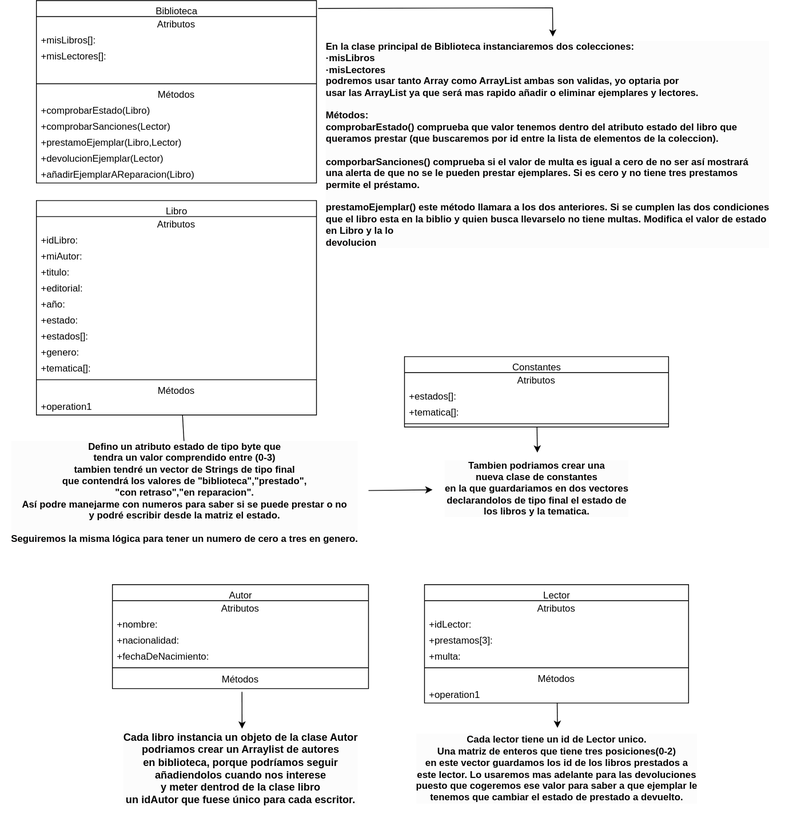
The draw.io diagram Ejercicio 2.drawio.svg in MateoCarballo/Ejercicios-Diagramas-AulaVirtual, before a commit. Source tidied: cells renumbered, new cells last; positions are measured from the earlier drawing's top-left corner, leaving out a move shared by most shapes.
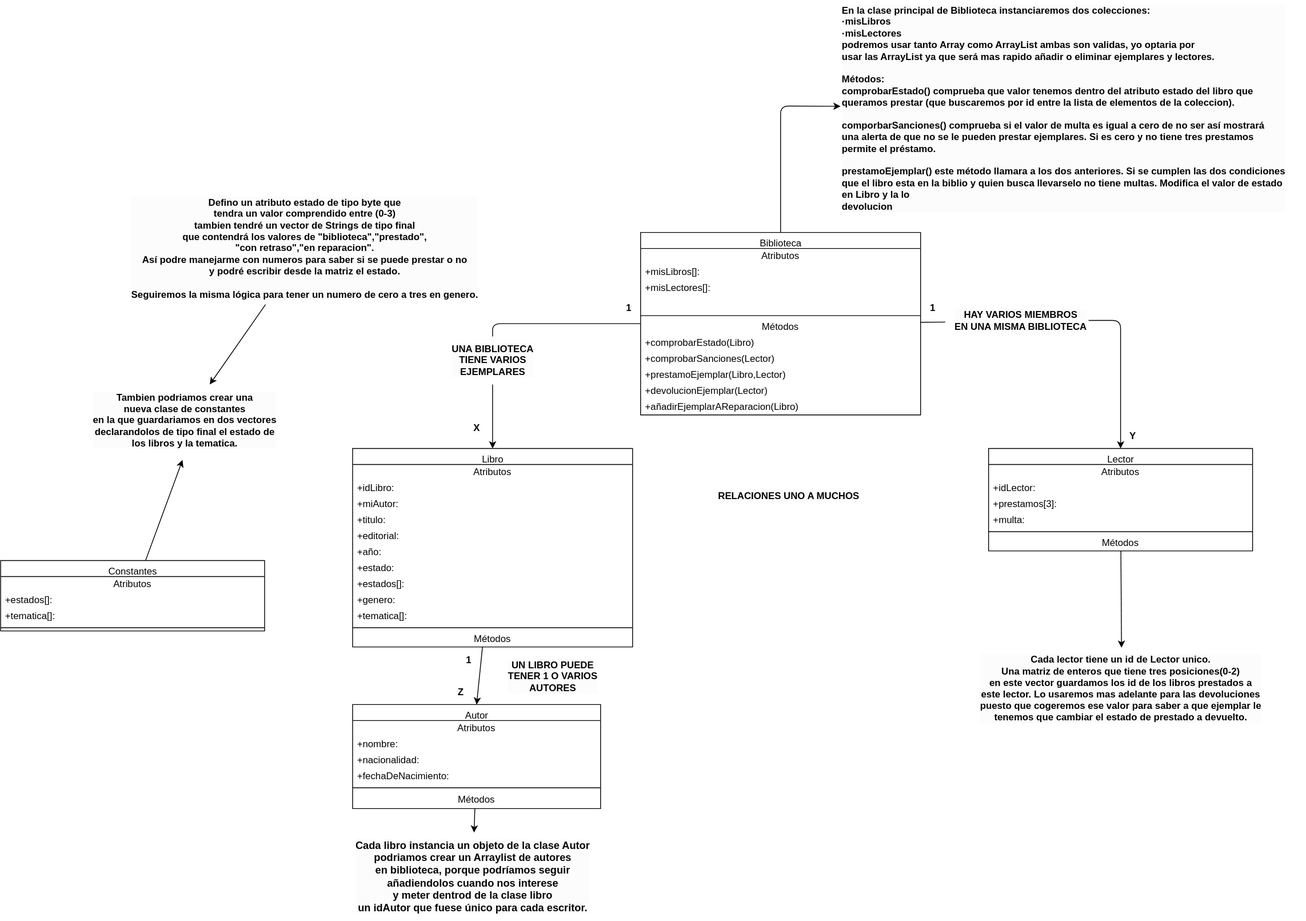
Later version of the same file.

The edit, as a diff of the source:
```diff
@@ -4,4 +4,23 @@
     <mxCell id="1" parent="0" />
+    <mxCell id="58" style="edgeStyle=none;html=1;entryX=0;entryY=0.49;entryDx=0;entryDy=0;entryPerimeter=0;exitX=0.5;exitY=0;exitDx=0;exitDy=0;" parent="1" edge="1" source="2" target="59">
+      <mxGeometry relative="1" as="geometry">
+        <Array as="points">
+          <mxPoint x="640" y="72" />
+        </Array>
+      </mxGeometry>
+    </mxCell>
+    <mxCell id="60" style="edgeStyle=none;html=1;entryX=0.5;entryY=0;entryDx=0;entryDy=0;startArrow=none;" parent="1" edge="1" source="73" target="15">
+      <mxGeometry relative="1" as="geometry" />
+    </mxCell>
+    <mxCell id="61" style="edgeStyle=none;html=1;entryX=0.5;entryY=0;entryDx=0;entryDy=0;startArrow=none;" parent="1" edge="1" target="40">
+      <mxGeometry relative="1" as="geometry">
+        <mxPoint x="1025" y="340" as="sourcePoint" />
+        <Array as="points">
+          <mxPoint x="1065" y="340" />
+          <mxPoint x="1065" y="420" />
+        </Array>
+      </mxGeometry>
+    </mxCell>
-    <mxCell id="2" value="Biblioteca" style="swimlane;fontStyle=0;align=center;verticalAlign=top;horizontal=1;startSize=20;html=1;rounded=0;" parent="1" vertex="1">
-      <mxGeometry x="45" width="350" height="228" as="geometry" />
+    <mxCell id="2" value="Biblioteca" style="swimlane;fontStyle=0;align=center;verticalAlign=top;horizontal=1;startSize=20;html=1;rounded=0;swimlaneFillColor=default;" parent="1" vertex="1">
+      <mxGeometry x="465" y="230" width="350" height="228" as="geometry" />
     </mxCell>
@@ -40,9 +59,7 @@
     </mxCell>
-    <mxCell id="14" style="edgeStyle=none;html=1;entryX=0.465;entryY=0;entryDx=0;entryDy=0;entryPerimeter=0;fontSize=13;fontColor=#050505;rounded=0;" parent="1" edge="1" source="15">
-      <mxGeometry relative="1" as="geometry">
-        <mxPoint x="230" y="560" as="targetPoint" />
-      </mxGeometry>
-    </mxCell>
+    <mxCell id="62" style="edgeStyle=none;html=1;entryX=0.5;entryY=0;entryDx=0;entryDy=0;" parent="1" edge="1" source="15" target="29">
+      <mxGeometry relative="1" as="geometry" />
+    </mxCell>
-    <mxCell id="15" value="Libro" style="swimlane;fontStyle=0;align=center;verticalAlign=top;horizontal=1;startSize=20;html=1;rounded=0;" parent="1" vertex="1">
-      <mxGeometry x="45" y="250" width="350" height="268" as="geometry" />
+    <mxCell id="15" value="Libro" style="swimlane;fontStyle=0;align=center;verticalAlign=top;horizontal=1;startSize=20;html=1;rounded=0;swimlaneFillColor=default;" parent="1" vertex="1">
+      <mxGeometry x="105" y="500" width="350" height="248" as="geometry" />
     </mxCell>
@@ -84,28 +101,28 @@
     </mxCell>
-    <mxCell id="28" value="+operation1" style="text;html=1;strokeColor=none;fillColor=none;align=left;verticalAlign=middle;spacingLeft=4;spacingRight=4;overflow=hidden;rounded=0;" parent="15" vertex="1">
-      <mxGeometry y="248" width="350" height="20" as="geometry" />
-    </mxCell>
+    <mxCell id="63" style="edgeStyle=none;html=1;" parent="1" edge="1" source="29" target="36">
+      <mxGeometry relative="1" as="geometry" />
+    </mxCell>
-    <mxCell id="29" value="Autor" style="swimlane;fontStyle=0;align=center;verticalAlign=top;horizontal=1;startSize=20;html=1;rounded=0;" parent="1" vertex="1">
-      <mxGeometry x="140" y="730" width="320" height="130" as="geometry" />
+    <mxCell id="29" value="Autor" style="swimlane;fontStyle=0;align=center;verticalAlign=top;horizontal=1;startSize=20;html=1;rounded=0;swimlaneFillColor=default;" parent="1" vertex="1">
+      <mxGeometry x="105" y="820" width="310" height="130" as="geometry" />
     </mxCell>
     <mxCell id="30" value="Atributos" style="text;html=1;strokeColor=none;fillColor=none;align=center;verticalAlign=middle;spacingLeft=4;spacingRight=4;overflow=hidden;rounded=0;" parent="29" vertex="1">
-      <mxGeometry y="20" width="320" height="20" as="geometry" />
+      <mxGeometry y="20" width="310" height="20" as="geometry" />
     </mxCell>
     <mxCell id="31" value="+nombre:&lt;span style=&quot;white-space: pre;&quot;&gt;&#9;&lt;/span&gt;&lt;span style=&quot;white-space: pre;&quot;&gt;&#9;&lt;/span&gt;&lt;span style=&quot;white-space: pre;&quot;&gt;&#9;&lt;/span&gt;&lt;span style=&quot;white-space: pre;&quot;&gt;&#9;&lt;/span&gt;&lt;span style=&quot;white-space: pre;&quot;&gt;&#9;&lt;/span&gt;&lt;span style=&quot;white-space: pre;&quot;&gt;&#9;&lt;/span&gt;&lt;span style=&quot;white-space: pre;&quot;&gt;&#9;&lt;/span&gt;&lt;span style=&quot;white-space: pre;&quot;&gt;&#9;&lt;/span&gt;&lt;span style=&quot;white-space: pre;&quot;&gt;&#9;&lt;/span&gt;String" style="text;html=1;strokeColor=none;fillColor=none;align=left;verticalAlign=middle;spacingLeft=4;spacingRight=4;overflow=hidden;rounded=0;" parent="29" vertex="1">
-      <mxGeometry y="40" width="320" height="20" as="geometry" />
+      <mxGeometry y="40" width="310" height="20" as="geometry" />
     </mxCell>
     <mxCell id="32" value="+nacionalidad:&lt;span style=&quot;white-space: pre;&quot;&gt;&#9;&lt;span style=&quot;white-space: pre;&quot;&gt;&#9;&lt;/span&gt;&lt;/span&gt;&lt;span style=&quot;white-space: pre;&quot;&gt;&#9;&lt;/span&gt;&lt;span style=&quot;white-space: pre;&quot;&gt;&#9;&lt;/span&gt;&lt;span style=&quot;white-space: pre;&quot;&gt;&#9;&lt;/span&gt;&lt;span style=&quot;white-space: pre;&quot;&gt;&#9;&lt;/span&gt;&lt;span style=&quot;white-space: pre;&quot;&gt;&#9;&lt;/span&gt;&lt;span style=&quot;white-space: pre;&quot;&gt;&#9;&lt;/span&gt;String" style="text;html=1;strokeColor=none;fillColor=none;align=left;verticalAlign=middle;spacingLeft=4;spacingRight=4;overflow=hidden;rounded=0;" parent="29" vertex="1">
-      <mxGeometry y="60" width="320" height="20" as="geometry" />
+      <mxGeometry y="60" width="310" height="20" as="geometry" />
     </mxCell>
     <mxCell id="33" value="+fechaDeNacimiento:&lt;span style=&quot;white-space: pre;&quot;&gt;&#9;&lt;/span&gt;&lt;span style=&quot;white-space: pre;&quot;&gt;&#9;&lt;/span&gt;&lt;span style=&quot;white-space: pre;&quot;&gt;&#9;&lt;/span&gt;&lt;span style=&quot;white-space: pre;&quot;&gt;&#9;&lt;/span&gt;&lt;span style=&quot;white-space: pre;&quot;&gt;&#9;&lt;/span&gt;&lt;span style=&quot;white-space: pre;&quot;&gt;&#9;&lt;/span&gt;String" style="text;html=1;strokeColor=none;fillColor=none;align=left;verticalAlign=middle;spacingLeft=4;spacingRight=4;overflow=hidden;rounded=0;" parent="29" vertex="1">
-      <mxGeometry y="80" width="320" height="20" as="geometry" />
+      <mxGeometry y="80" width="310" height="20" as="geometry" />
     </mxCell>
     <mxCell id="34" style="line;strokeWidth=1;fillColor=none;align=left;verticalAlign=middle;spacingTop=-1;spacingLeft=3;spacingRight=3;labelPosition=right;rounded=0;" parent="29" vertex="1">
-      <mxGeometry y="100" width="320" height="8" as="geometry" />
+      <mxGeometry y="100" width="310" height="8" as="geometry" />
     </mxCell>
     <mxCell id="35" value="Métodos" style="text;html=1;strokeColor=none;fillColor=none;align=center;verticalAlign=middle;spacingLeft=4;spacingRight=4;overflow=hidden;points=[[0,0.5],[1,0.5]];portConstraint=eastwest;rounded=0;" parent="29" vertex="1">
-      <mxGeometry y="108" width="320" height="22" as="geometry" />
+      <mxGeometry y="108" width="310" height="22" as="geometry" />
     </mxCell>
     <mxCell id="36" value="Cada libro instancia un objeto de la clase Autor&lt;br style=&quot;font-size: 13px;&quot;&gt;podriamos crear un Arraylist de autores&lt;br style=&quot;font-size: 13px;&quot;&gt;&amp;nbsp;en biblioteca, porque podríamos seguir&amp;nbsp;&lt;br style=&quot;font-size: 13px;&quot;&gt;añadiendolos cuando nos interese &lt;br style=&quot;font-size: 13px;&quot;&gt;y meter dentrod de la clase libro&lt;br style=&quot;font-size: 13px;&quot;&gt;un idAutor que fuese único para cada escritor." style="text;html=1;align=center;verticalAlign=middle;points=[];strokeColor=none;fillColor=none;fontColor=#050505;labelBackgroundColor=#fcfcfc;fontStyle=1;fontSize=13;rounded=0;" parent="1" vertex="1">
-      <mxGeometry x="140" y="905" width="320" height="110" as="geometry" />
+      <mxGeometry x="95" y="980" width="320" height="110" as="geometry" />
     </mxCell>
@@ -115,3 +132,3 @@
     <mxCell id="38" value="Defino un atributo estado de tipo byte que &lt;br style=&quot;font-size: 12px;&quot;&gt;tendra un valor comprendido entre (0-3)&lt;br style=&quot;font-size: 12px;&quot;&gt;tambien tendré un vector de Strings de tipo final&lt;br style=&quot;font-size: 12px;&quot;&gt;que contendrá los valores de &quot;biblioteca&quot;,&quot;prestado&quot;,&lt;br style=&quot;font-size: 12px;&quot;&gt;&quot;con retraso&quot;,&quot;en reparacion&quot;.&lt;br style=&quot;font-size: 12px;&quot;&gt;Así podre manejarme con numeros para saber si se puede prestar o no&lt;br style=&quot;font-size: 12px;&quot;&gt;y podré escribir desde la matriz el estado.&lt;br&gt;&lt;br&gt;Seguiremos la misma lógica para tener un numero de cero a tres en genero." style="text;html=1;align=center;verticalAlign=middle;points=[];strokeColor=none;fillColor=none;fontStyle=1;fontSize=12;labelPosition=center;verticalLabelPosition=middle;labelBackgroundColor=#fcfcfc;fontColor=#030202;rounded=0;" parent="1" vertex="1">
-      <mxGeometry y="545" width="460" height="140" as="geometry" />
+      <mxGeometry x="-185" y="180" width="460" height="140" as="geometry" />
     </mxCell>
@@ -120,4 +137,4 @@
     </mxCell>
-    <mxCell id="40" value="Lector" style="swimlane;fontStyle=0;align=center;verticalAlign=top;horizontal=1;startSize=20;html=1;rounded=0;" parent="1" vertex="1">
-      <mxGeometry x="530" y="730" width="330" height="148" as="geometry" />
+    <mxCell id="40" value="Lector" style="swimlane;fontStyle=0;align=center;verticalAlign=top;horizontal=1;startSize=20;html=1;rounded=0;swimlaneFillColor=default;" parent="1" vertex="1">
+      <mxGeometry x="900" y="500" width="330" height="128" as="geometry" />
     </mxCell>
@@ -141,5 +158,2 @@
     </mxCell>
-    <mxCell id="47" value="+operation1" style="text;html=1;strokeColor=none;fillColor=none;align=left;verticalAlign=middle;spacingLeft=4;spacingRight=4;overflow=hidden;rounded=0;" parent="40" vertex="1">
-      <mxGeometry y="128" width="330" height="20" as="geometry" />
-    </mxCell>
     <mxCell id="48" style="edgeStyle=none;html=1;rounded=0;" parent="1" edge="1">
@@ -149,15 +163,10 @@
     </mxCell>
-    <mxCell id="49" style="edgeStyle=none;html=1;exitX=0.506;exitY=1.182;exitDx=0;exitDy=0;exitPerimeter=0;rounded=0;" parent="1" edge="1" source="35">
-      <mxGeometry relative="1" as="geometry">
-        <mxPoint x="302" y="910" as="targetPoint" />
-      </mxGeometry>
-    </mxCell>
     <mxCell id="50" value="Cada lector tiene un id de Lector unico.&lt;br&gt;Una matriz de enteros que tiene tres posiciones(0-2)&amp;nbsp;&lt;br&gt;en este vector guardamos los id de los libros prestados a&amp;nbsp;&lt;br&gt;este lector. Lo usaremos mas adelante para las devoluciones&amp;nbsp;&lt;br&gt;puesto que cogeremos ese valor para saber a que ejemplar le&amp;nbsp;&lt;br&gt;tenemos que cambiar el estado de prestado a devuelto." style="text;html=1;align=center;verticalAlign=middle;points=[];strokeColor=none;fillColor=none;fontStyle=1;fontSize=12;labelPosition=center;verticalLabelPosition=middle;labelBackgroundColor=#fcfcfc;fontColor=#030202;rounded=0;" parent="1" vertex="1">
-      <mxGeometry x="505" y="910" width="380" height="100" as="geometry" />
+      <mxGeometry x="875" y="750" width="380" height="100" as="geometry" />
     </mxCell>
-    <mxCell id="51" style="edgeStyle=none;html=1;entryX=0.504;entryY=0;entryDx=0;entryDy=0;entryPerimeter=0;fontSize=13;fontColor=#050505;rounded=0;" parent="1" edge="1" source="52" target="57">
+    <mxCell id="51" style="edgeStyle=none;html=1;entryX=0.49;entryY=1.048;entryDx=0;entryDy=0;entryPerimeter=0;fontSize=13;fontColor=#050505;rounded=0;" parent="1" edge="1" source="52" target="57">
       <mxGeometry relative="1" as="geometry" />
     </mxCell>
-    <mxCell id="52" value="Constantes&lt;br&gt;" style="swimlane;fontStyle=0;align=center;verticalAlign=top;horizontal=1;startSize=20;html=1;rounded=0;" parent="1" vertex="1">
-      <mxGeometry x="505" y="445" width="330" height="88" as="geometry" />
+    <mxCell id="52" value="Constantes&lt;br&gt;" style="swimlane;fontStyle=0;align=center;verticalAlign=top;horizontal=1;startSize=20;html=1;rounded=0;swimlaneFillColor=default;" parent="1" vertex="1">
+      <mxGeometry x="-335" y="640" width="330" height="88" as="geometry" />
     </mxCell>
@@ -176,14 +185,47 @@
     <mxCell id="57" value="Tambien podriamos crear una&amp;nbsp;&lt;br&gt;nueva clase de constantes&lt;br&gt;en la que guardariamos en dos vectores&amp;nbsp;&lt;br&gt;declarandolos de tipo final el estado de&lt;br&gt;los libros y la tematica." style="text;html=1;align=center;verticalAlign=middle;points=[];strokeColor=none;fillColor=none;fontStyle=1;fontSize=12;labelPosition=center;verticalLabelPosition=middle;labelBackgroundColor=#fcfcfc;fontColor=#030202;rounded=0;" parent="1" vertex="1">
-      <mxGeometry x="540" y="565" width="260" height="90" as="geometry" />
+      <mxGeometry x="-235" y="420" width="260" height="90" as="geometry" />
     </mxCell>
-    <mxCell id="58" style="edgeStyle=none;html=1;fontSize=13;fontColor=#050505;exitX=1.006;exitY=0.043;exitDx=0;exitDy=0;exitPerimeter=0;entryX=0.492;entryY=0;entryDx=0;entryDy=0;entryPerimeter=0;rounded=0;" parent="1" edge="1" source="2" target="59">
-      <mxGeometry relative="1" as="geometry">
-        <Array as="points">
-          <mxPoint x="690" y="9" />
-        </Array>
-      </mxGeometry>
-    </mxCell>
     <mxCell id="59" value="En la clase principal de Biblioteca instanciaremos dos colecciones:&lt;br&gt;·misLibros&lt;br&gt;·misLectores&lt;br&gt;podremos usar tanto Array como ArrayList ambas son validas, yo optaria por&amp;nbsp;&lt;br&gt;usar las ArrayList ya que será mas rapido añadir o eliminar ejemplares y lectores.&lt;br&gt;&lt;br&gt;Métodos:&lt;br&gt;comprobarEstado() comprueba que valor tenemos dentro del atributo estado del libro que&amp;nbsp;&lt;br&gt;queramos prestar (que buscaremos por id entre la lista de elementos de la coleccion).&lt;br&gt;&lt;br&gt;comporbarSanciones() comprueba si el valor de multa es igual a cero de no ser así mostrará&amp;nbsp;&lt;br&gt;una alerta de que no se le pueden prestar ejemplares. Si es cero y no tiene tres prestamos&lt;br&gt;permite el préstamo.&lt;br&gt;&lt;br&gt;prestamoEjemplar() este método llamara a los dos anteriores. Si se cumplen las dos condiciones&lt;br&gt;que el libro esta en la biblio y quien busca llevarselo no tiene multas. Modifica el valor de estado&amp;nbsp;&lt;br&gt;en Libro y la lo&lt;br&gt;devolucion" style="text;html=1;align=left;verticalAlign=middle;points=[];strokeColor=none;fillColor=none;fontStyle=1;fontSize=12;labelPosition=center;verticalLabelPosition=middle;labelBackgroundColor=#fcfcfc;fontColor=#030202;rounded=0;" parent="1" vertex="1">
-      <mxGeometry x="405" y="45" width="580" height="270" as="geometry" />
+      <mxGeometry x="715" y="-60" width="580" height="270" as="geometry" />
     </mxCell>
+    <mxCell id="64" value="1" style="text;html=1;align=center;verticalAlign=middle;strokeColor=none;fillColor=none;fontStyle=1;fontSize=12;labelPosition=center;verticalLabelPosition=middle;labelBackgroundColor=#fcfcfc;fontColor=#030202;rounded=0;" parent="1" vertex="1">
+      <mxGeometry x="435" y="310" width="30" height="30" as="geometry" />
+    </mxCell>
+    <mxCell id="65" value="1" style="text;html=1;align=center;verticalAlign=middle;strokeColor=none;fillColor=none;fontStyle=1;fontSize=12;labelPosition=center;verticalLabelPosition=middle;labelBackgroundColor=#fcfcfc;fontColor=#030202;rounded=0;" parent="1" vertex="1">
+      <mxGeometry x="815" y="310" width="30" height="30" as="geometry" />
+    </mxCell>
+    <mxCell id="66" value="X" style="text;html=1;align=center;verticalAlign=middle;strokeColor=none;fillColor=none;fontStyle=1;fontSize=12;labelPosition=center;verticalLabelPosition=middle;labelBackgroundColor=#fcfcfc;fontColor=#030202;rounded=0;" parent="1" vertex="1">
+      <mxGeometry x="245" y="460" width="30" height="30" as="geometry" />
+    </mxCell>
+    <mxCell id="67" value="Y" style="text;html=1;align=center;verticalAlign=middle;strokeColor=none;fillColor=none;fontStyle=1;fontSize=12;labelPosition=center;verticalLabelPosition=middle;labelBackgroundColor=#fcfcfc;fontColor=#030202;rounded=0;" parent="1" vertex="1">
+      <mxGeometry x="1065" y="470" width="30" height="30" as="geometry" />
+    </mxCell>
+    <mxCell id="68" value="1" style="text;html=1;align=center;verticalAlign=middle;strokeColor=none;fillColor=none;fontStyle=1;fontSize=12;labelPosition=center;verticalLabelPosition=middle;labelBackgroundColor=#fcfcfc;fontColor=#030202;rounded=0;" parent="1" vertex="1">
+      <mxGeometry x="235" y="750" width="30" height="30" as="geometry" />
+    </mxCell>
+    <mxCell id="69" value="Z" style="text;html=1;align=center;verticalAlign=middle;strokeColor=none;fillColor=none;fontStyle=1;fontSize=12;labelPosition=center;verticalLabelPosition=middle;labelBackgroundColor=#fcfcfc;fontColor=#030202;rounded=0;" parent="1" vertex="1">
+      <mxGeometry x="225" y="790" width="30" height="30" as="geometry" />
+    </mxCell>
+    <mxCell id="70" value="UN LIBRO PUEDE&lt;br&gt;TENER 1 O VARIOS&amp;nbsp;&lt;br&gt;AUTORES" style="text;html=1;align=center;verticalAlign=middle;strokeColor=none;fillColor=none;fontStyle=1;fontSize=12;labelPosition=center;verticalLabelPosition=middle;labelBackgroundColor=#fcfcfc;fontColor=#030202;rounded=0;" parent="1" vertex="1">
+      <mxGeometry x="285" y="755" width="140" height="60" as="geometry" />
+    </mxCell>
+    <mxCell id="71" value="RELACIONES UNO A MUCHOS" style="text;html=1;align=center;verticalAlign=middle;strokeColor=none;fillColor=none;fontStyle=1;fontSize=12;labelPosition=center;verticalLabelPosition=middle;labelBackgroundColor=#fcfcfc;fontColor=#030202;rounded=0;" parent="1" vertex="1">
+      <mxGeometry x="550" y="545" width="200" height="30" as="geometry" />
+    </mxCell>
+    <mxCell id="72" style="edgeStyle=none;html=1;entryX=0.5;entryY=0;entryDx=0;entryDy=0;endArrow=none;" parent="1" edge="1" source="2" target="73">
+      <mxGeometry relative="1" as="geometry">
+        <Array as="points">
+          <mxPoint x="280" y="344" />
+        </Array>
+      </mxGeometry>
+    </mxCell>
+    <mxCell id="73" value="UNA BIBLIOTECA&amp;nbsp;&lt;br&gt;TIENE VARIOS&lt;br&gt;EJEMPLARES" style="text;html=1;align=center;verticalAlign=middle;points=[];strokeColor=none;fillColor=none;fontStyle=1;fontSize=12;labelPosition=center;verticalLabelPosition=middle;labelBackgroundColor=#fcfcfc;fontColor=#030202;rounded=0;" parent="1" vertex="1">
+      <mxGeometry x="215" y="360" width="130" height="60" as="geometry" />
+    </mxCell>
+    <mxCell id="74" style="edgeStyle=none;html=1;entryX=0.005;entryY=0.55;entryDx=0;entryDy=0;endArrow=none;entryPerimeter=0;" parent="1" edge="1" source="2" target="75">
+      <mxGeometry relative="1" as="geometry" />
+    </mxCell>
+    <mxCell id="75" value="HAY VARIOS MIEMBROS&lt;br&gt;EN UNA MISMA BIBLIOTECA" style="text;html=1;align=center;verticalAlign=middle;points=[];strokeColor=none;fillColor=none;fontStyle=1;fontSize=12;labelPosition=center;verticalLabelPosition=middle;labelBackgroundColor=#fcfcfc;fontColor=#030202;rounded=0;" parent="1" vertex="1">
+      <mxGeometry x="845" y="320" width="190" height="40" as="geometry" />
+    </mxCell>
   </root>
```
